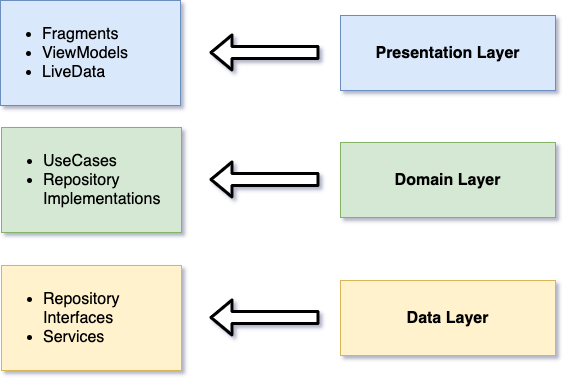
This is arch_graph.png from mobillium/Android-Guidelines, a draw.io export, as it was before one commit. Source tidied: cells renumbered, new cells last; positions are measured from the earlier drawing's top-left corner, leaving out a move shared by most shapes. Source of this version:
```xml
<mxGraphModel shadow="1">
  <root>
    <mxCell id="0" />
    <mxCell id="1" parent="0" />
    <mxCell id="2" value="&lt;b&gt;&lt;font style=&quot;font-size: 16px&quot;&gt;Presentation Layer&lt;/font&gt;&lt;/b&gt;" style="rounded=0;whiteSpace=wrap;html=1;fillColor=#dae8fc;strokeColor=#6c8ebf;" parent="1" vertex="1">
      <mxGeometry x="340" y="15" width="215" height="75" as="geometry" />
    </mxCell>
    <mxCell id="3" value="&lt;blockquote style=&quot;margin: 0 0 0 40px ; border: none ; padding: 0px&quot;&gt;&lt;/blockquote&gt;&lt;ul style=&quot;font-size: 16px&quot;&gt;&lt;li&gt;&lt;span&gt;Fragments&lt;/span&gt;&lt;/li&gt;&lt;li&gt;&lt;span&gt;ViewModels&lt;/span&gt;&lt;/li&gt;&lt;li&gt;&lt;span&gt;LiveData&lt;/span&gt;&lt;/li&gt;&lt;/ul&gt;&lt;blockquote style=&quot;margin: 0 0 0 40px ; border: none ; padding: 0px&quot;&gt;&lt;/blockquote&gt;" style="rounded=0;whiteSpace=wrap;html=1;align=left;fillColor=#dae8fc;strokeColor=#6c8ebf;" parent="1" vertex="1">
      <mxGeometry width="180" height="105" as="geometry" />
    </mxCell>
    <mxCell id="4" style="shape=flexArrow;endArrow=classic;html=1;strokeColor=default;fillColor=#FFFFFF;rounded=1;strokeWidth=3;" parent="1" edge="1">
      <mxGeometry relative="1" as="geometry">
        <mxPoint x="319" y="52" as="sourcePoint" />
        <mxPoint x="209" y="52" as="targetPoint" />
      </mxGeometry>
    </mxCell>
    <mxCell id="5" value="&lt;b&gt;&lt;font style=&quot;font-size: 16px&quot;&gt;Domain Layer&lt;/font&gt;&lt;/b&gt;" style="rounded=0;whiteSpace=wrap;html=1;fillColor=#d5e8d4;strokeColor=#82b366;" parent="1" vertex="1">
      <mxGeometry x="340" y="142" width="215" height="75" as="geometry" />
    </mxCell>
    <mxCell id="6" value="&lt;blockquote style=&quot;margin: 0 0 0 40px ; border: none ; padding: 0px&quot;&gt;&lt;/blockquote&gt;&lt;ul style=&quot;font-size: 16px&quot;&gt;&lt;li&gt;UseCases&lt;/li&gt;&lt;li&gt;Repository Implementations&lt;/li&gt;&lt;/ul&gt;&lt;blockquote style=&quot;margin: 0 0 0 40px ; border: none ; padding: 0px&quot;&gt;&lt;/blockquote&gt;" style="rounded=0;whiteSpace=wrap;html=1;align=left;fillColor=#d5e8d4;strokeColor=#82b366;" parent="1" vertex="1">
      <mxGeometry x="1" y="127" width="180" height="105" as="geometry" />
    </mxCell>
    <mxCell id="7" value="&lt;b&gt;&lt;font style=&quot;font-size: 16px&quot;&gt;Data Layer&lt;/font&gt;&lt;/b&gt;" style="rounded=0;whiteSpace=wrap;html=1;fillColor=#fff2cc;strokeColor=#d6b656;" parent="1" vertex="1">
      <mxGeometry x="340" y="280" width="215" height="75" as="geometry" />
    </mxCell>
    <mxCell id="8" value="&lt;blockquote style=&quot;margin: 0 0 0 40px ; border: none ; padding: 0px&quot;&gt;&lt;/blockquote&gt;&lt;ul style=&quot;font-size: 16px&quot;&gt;&lt;li&gt;&lt;span&gt;Repository Interfaces&lt;/span&gt;&lt;/li&gt;&lt;li&gt;Services&lt;/li&gt;&lt;/ul&gt;&lt;blockquote style=&quot;margin: 0 0 0 40px ; border: none ; padding: 0px&quot;&gt;&lt;/blockquote&gt;" style="rounded=0;whiteSpace=wrap;html=1;align=left;fillColor=#fff2cc;strokeColor=#d6b656;" parent="1" vertex="1">
      <mxGeometry x="1" y="265" width="180" height="105" as="geometry" />
    </mxCell>
    <mxCell id="9" style="shape=flexArrow;endArrow=classic;html=1;strokeColor=default;fillColor=#FFFFFF;rounded=1;strokeWidth=3;" parent="1" edge="1">
      <mxGeometry relative="1" as="geometry">
        <mxPoint x="319" y="317" as="sourcePoint" />
        <mxPoint x="209" y="317" as="targetPoint" />
      </mxGeometry>
    </mxCell>
    <mxCell id="10" style="shape=flexArrow;endArrow=classic;html=1;strokeColor=default;fillColor=#FFFFFF;rounded=1;strokeWidth=3;" parent="1" edge="1">
      <mxGeometry relative="1" as="geometry">
        <mxPoint x="319" y="179" as="sourcePoint" />
        <mxPoint x="209" y="179" as="targetPoint" />
      </mxGeometry>
    </mxCell>
  </root>
</mxGraphModel>
```
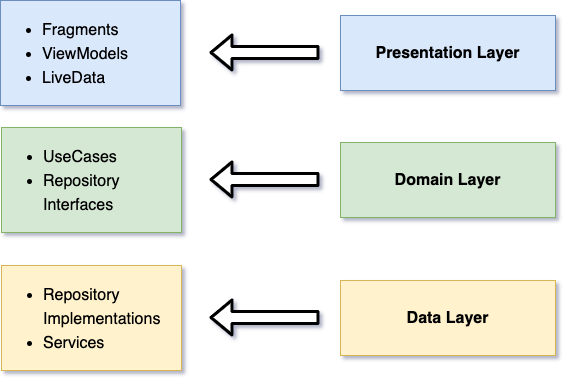
The same file after the commit.

Diff of the diagram source:
```diff
@@ -5,7 +5,7 @@
     <mxCell id="2" value="&lt;b&gt;&lt;font style=&quot;font-size: 16px&quot;&gt;Presentation Layer&lt;/font&gt;&lt;/b&gt;" style="rounded=0;whiteSpace=wrap;html=1;fillColor=#dae8fc;strokeColor=#6c8ebf;" parent="1" vertex="1">
       <mxGeometry x="340" y="15" width="215" height="75" as="geometry" />
     </mxCell>
-    <mxCell id="3" value="&lt;blockquote style=&quot;margin: 0 0 0 40px ; border: none ; padding: 0px&quot;&gt;&lt;/blockquote&gt;&lt;ul style=&quot;font-size: 16px&quot;&gt;&lt;li&gt;&lt;span&gt;Fragments&lt;/span&gt;&lt;/li&gt;&lt;li&gt;&lt;span&gt;ViewModels&lt;/span&gt;&lt;/li&gt;&lt;li&gt;&lt;span&gt;LiveData&lt;/span&gt;&lt;/li&gt;&lt;/ul&gt;&lt;blockquote style=&quot;margin: 0 0 0 40px ; border: none ; padding: 0px&quot;&gt;&lt;/blockquote&gt;" style="rounded=0;whiteSpace=wrap;html=1;align=left;fillColor=#dae8fc;strokeColor=#6c8ebf;" parent="1" vertex="1">
+    <mxCell id="3" value="&lt;blockquote style=&quot;margin: 0 0 0 40px ; border: none ; padding: 0px&quot;&gt;&lt;/blockquote&gt;&lt;ul style=&quot;font-size: 16px ; line-height: 150%&quot;&gt;&lt;li&gt;&lt;span&gt;Fragments&lt;/span&gt;&lt;/li&gt;&lt;li&gt;&lt;span&gt;ViewModels&lt;/span&gt;&lt;/li&gt;&lt;li&gt;&lt;span&gt;LiveData&lt;/span&gt;&lt;/li&gt;&lt;/ul&gt;&lt;blockquote style=&quot;margin: 0 0 0 40px ; border: none ; padding: 0px&quot;&gt;&lt;/blockquote&gt;" style="rounded=0;whiteSpace=wrap;html=1;align=left;fillColor=#dae8fc;strokeColor=#6c8ebf;" parent="1" vertex="1">
       <mxGeometry width="180" height="105" as="geometry" />
     </mxCell>
     <mxCell id="4" style="shape=flexArrow;endArrow=classic;html=1;strokeColor=default;fillColor=#FFFFFF;rounded=1;strokeWidth=3;" parent="1" edge="1">
@@ -17,13 +17,13 @@
     <mxCell id="5" value="&lt;b&gt;&lt;font style=&quot;font-size: 16px&quot;&gt;Domain Layer&lt;/font&gt;&lt;/b&gt;" style="rounded=0;whiteSpace=wrap;html=1;fillColor=#d5e8d4;strokeColor=#82b366;" parent="1" vertex="1">
       <mxGeometry x="340" y="142" width="215" height="75" as="geometry" />
     </mxCell>
-    <mxCell id="6" value="&lt;blockquote style=&quot;margin: 0 0 0 40px ; border: none ; padding: 0px&quot;&gt;&lt;/blockquote&gt;&lt;ul style=&quot;font-size: 16px&quot;&gt;&lt;li&gt;UseCases&lt;/li&gt;&lt;li&gt;Repository Implementations&lt;/li&gt;&lt;/ul&gt;&lt;blockquote style=&quot;margin: 0 0 0 40px ; border: none ; padding: 0px&quot;&gt;&lt;/blockquote&gt;" style="rounded=0;whiteSpace=wrap;html=1;align=left;fillColor=#d5e8d4;strokeColor=#82b366;" parent="1" vertex="1">
+    <mxCell id="6" value="&lt;blockquote style=&quot;margin: 0 0 0 40px ; border: none ; padding: 0px&quot;&gt;&lt;/blockquote&gt;&lt;ul style=&quot;font-size: 16px ; line-height: 150%&quot;&gt;&lt;li&gt;UseCases&lt;/li&gt;&lt;li&gt;Repository Interfaces&lt;/li&gt;&lt;/ul&gt;&lt;blockquote style=&quot;margin: 0 0 0 40px ; border: none ; padding: 0px&quot;&gt;&lt;/blockquote&gt;" style="rounded=0;whiteSpace=wrap;html=1;align=left;fillColor=#d5e8d4;strokeColor=#82b366;" parent="1" vertex="1">
       <mxGeometry x="1" y="127" width="180" height="105" as="geometry" />
     </mxCell>
     <mxCell id="7" value="&lt;b&gt;&lt;font style=&quot;font-size: 16px&quot;&gt;Data Layer&lt;/font&gt;&lt;/b&gt;" style="rounded=0;whiteSpace=wrap;html=1;fillColor=#fff2cc;strokeColor=#d6b656;" parent="1" vertex="1">
       <mxGeometry x="340" y="280" width="215" height="75" as="geometry" />
     </mxCell>
-    <mxCell id="8" value="&lt;blockquote style=&quot;margin: 0 0 0 40px ; border: none ; padding: 0px&quot;&gt;&lt;/blockquote&gt;&lt;ul style=&quot;font-size: 16px&quot;&gt;&lt;li&gt;&lt;span&gt;Repository Interfaces&lt;/span&gt;&lt;/li&gt;&lt;li&gt;Services&lt;/li&gt;&lt;/ul&gt;&lt;blockquote style=&quot;margin: 0 0 0 40px ; border: none ; padding: 0px&quot;&gt;&lt;/blockquote&gt;" style="rounded=0;whiteSpace=wrap;html=1;align=left;fillColor=#fff2cc;strokeColor=#d6b656;" parent="1" vertex="1">
+    <mxCell id="8" value="&lt;blockquote style=&quot;margin: 0 0 0 40px ; border: none ; padding: 0px&quot;&gt;&lt;/blockquote&gt;&lt;ul style=&quot;font-size: 16px ; line-height: 150%&quot;&gt;&lt;li&gt;Repository Implementations&lt;/li&gt;&lt;li&gt;Services&lt;/li&gt;&lt;/ul&gt;&lt;blockquote style=&quot;margin: 0 0 0 40px ; border: none ; padding: 0px&quot;&gt;&lt;/blockquote&gt;" style="rounded=0;whiteSpace=wrap;html=1;align=left;fillColor=#fff2cc;strokeColor=#d6b656;" parent="1" vertex="1">
       <mxGeometry x="1" y="265" width="180" height="105" as="geometry" />
     </mxCell>
     <mxCell id="9" style="shape=flexArrow;endArrow=classic;html=1;strokeColor=default;fillColor=#FFFFFF;rounded=1;strokeWidth=3;" parent="1" edge="1">
```
